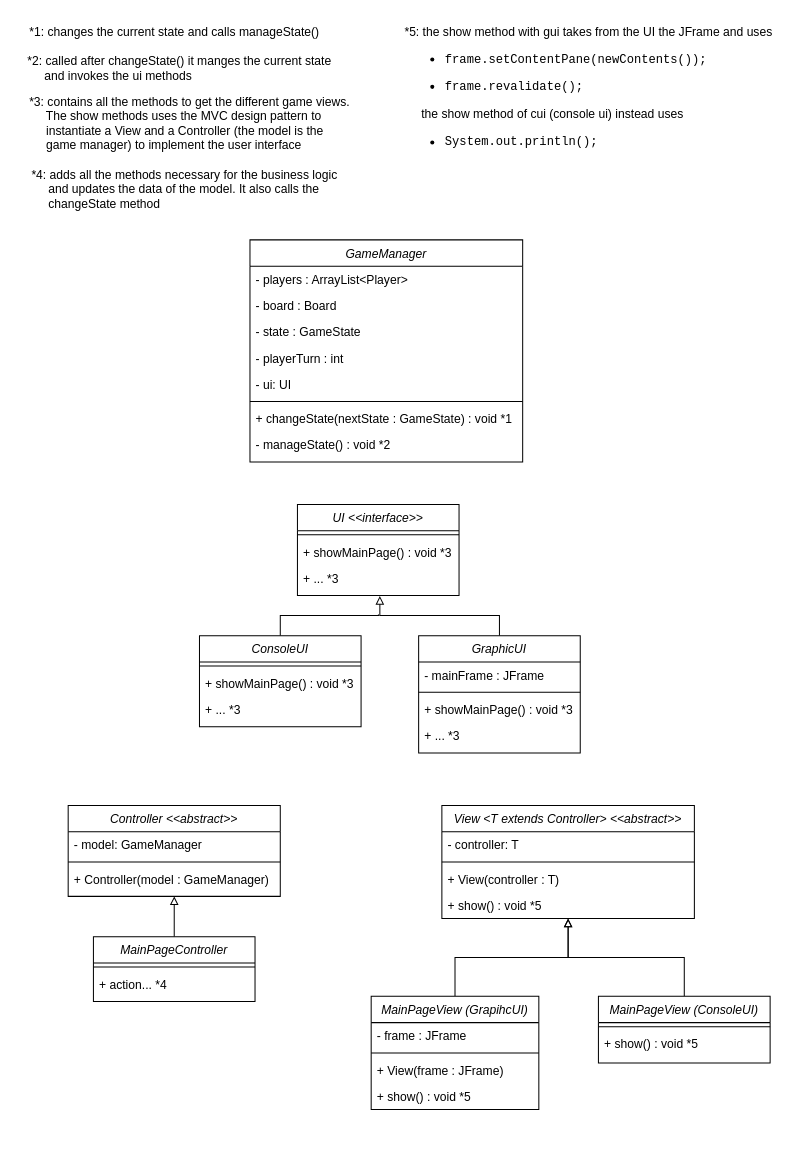
petri2212/Group_28 keeps this draw.io diagram as UML/ui_mvc.drawio. Above is the earlier version. Source tidied: cells renumbered, new cells numbered last; positions are measured from the earlier drawing's top-left corner, leaving out a move shared by most shapes. Both pictures are drawn from the tidied source at 101%, with x=0, y=0 at pixel (17, 17).
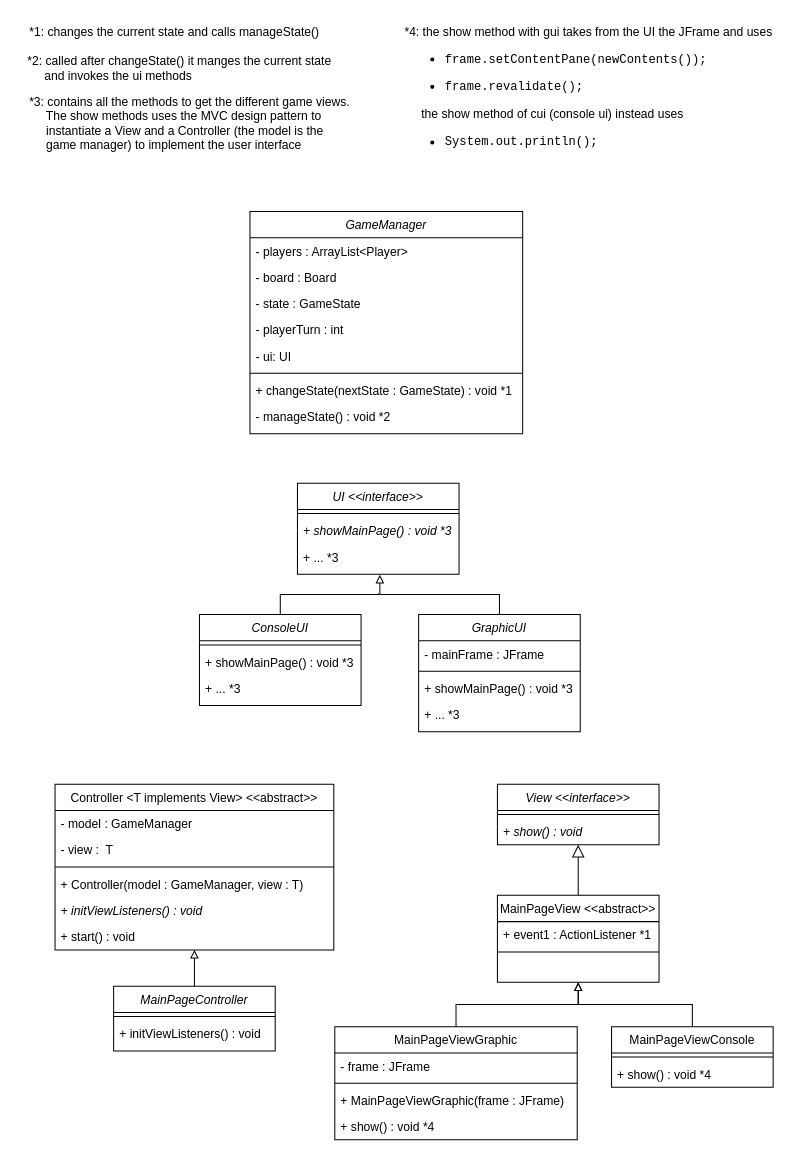
Above is the later version.

Commit message:
Updates uml of the MVC architecture

Diff of the diagram source:
```diff
@@
     <mxCell id="2" value="GameManager" style="swimlane;fontStyle=2;align=center;verticalAlign=top;horizontal=1;startSize=26;rounded=0;shadow=0;strokeWidth=1;" parent="1" vertex="1">
-      <mxGeometry x="230" y="220" width="270" height="220" as="geometry" />
+      <mxGeometry x="230" y="192" width="270" height="220" as="geometry" />
     </mxCell>
@@
     <mxCell id="13" value="UI &lt;&lt;interface&gt;&gt;" style="swimlane;fontStyle=2;align=center;verticalAlign=top;horizontal=1;startSize=26;rounded=0;shadow=0;strokeWidth=1;" parent="1" vertex="1">
-      <mxGeometry x="277" y="482" width="160" height="90" as="geometry" />
+      <mxGeometry x="277" y="461" width="160" height="90" as="geometry" />
     </mxCell>
@@
-    <mxCell id="15" value="+ showMainPage() : void *3" style="text;align=left;verticalAlign=top;spacingLeft=4;spacingRight=4;overflow=hidden;" parent="13" vertex="1">
+    <mxCell id="15" value="+ showMainPage() : void *3" style="text;align=left;verticalAlign=top;spacingLeft=4;spacingRight=4;overflow=hidden;fontStyle=2;" parent="13" vertex="1">
       <mxGeometry y="34" width="160" height="26" as="geometry" />
     </mxCell>
@@
     <mxCell id="18" style="edgeStyle=orthogonalEdgeStyle;rounded=0;jettySize=auto;html=1;exitX=0.5;exitY=0;exitDx=0;exitDy=0;endArrow=none;endFill=0;" parent="1" edge="1" source="19">
       <mxGeometry relative="1" as="geometry">
-        <mxPoint x="357" y="591" as="targetPoint" />
+        <mxPoint x="357" y="570" as="targetPoint" />
       </mxGeometry>
     </mxCell>
     <mxCell id="19" value="ConsoleUI" style="swimlane;fontStyle=2;align=center;verticalAlign=top;horizontal=1;startSize=26;rounded=0;shadow=0;strokeWidth=1;" parent="1" vertex="1">
-      <mxGeometry x="180" y="612" width="160" height="90" as="geometry" />
+      <mxGeometry x="180" y="591" width="160" height="90" as="geometry" />
     </mxCell>
@@
     <mxCell id="24" value="GraphicUI" style="swimlane;fontStyle=2;align=center;verticalAlign=top;horizontal=1;startSize=26;rounded=0;shadow=0;strokeWidth=1;" parent="1" vertex="1">
-      <mxGeometry x="397" y="612" width="160" height="116" as="geometry" />
+      <mxGeometry x="397" y="591" width="160" height="116" as="geometry" />
     </mxCell>
@@
-    <mxCell id="29" style="edgeStyle=orthogonalEdgeStyle;rounded=0;jettySize=auto;html=1;exitX=0.5;exitY=0;exitDx=0;exitDy=0;endArrow=block;endFill=0;" parent="1" edge="1" source="30" target="49">
-      <mxGeometry relative="1" as="geometry" />
-    </mxCell>
-    <mxCell id="30" value="MainPageView (GrapihcUI)" style="swimlane;fontStyle=2;align=center;verticalAlign=top;horizontal=1;startSize=26;rounded=0;shadow=0;strokeWidth=1;" parent="1" vertex="1">
-      <mxGeometry x="350" y="969" width="166" height="112" as="geometry" />
-    </mxCell>
-    <mxCell id="31" value="- frame : JFrame" style="text;align=left;verticalAlign=top;spacingLeft=4;spacingRight=4;overflow=hidden;" parent="30" vertex="1">
-      <mxGeometry y="26" width="166" height="26" as="geometry" />
-    </mxCell>
-    <mxCell id="32" style="line;html=1;strokeWidth=1;align=left;verticalAlign=middle;spacingTop=-1;spacingLeft=3;spacingRight=3;labelPosition=right;" parent="30" vertex="1">
-      <mxGeometry y="52" width="166" height="8" as="geometry" />
-    </mxCell>
-    <mxCell id="33" value="+ View(frame : JFrame)" style="text;align=left;verticalAlign=top;spacingLeft=4;spacingRight=4;overflow=hidden;" parent="30" vertex="1">
-      <mxGeometry y="60" width="166" height="26" as="geometry" />
-    </mxCell>
-    <mxCell id="34" value="+ show() : void *5" style="text;align=left;verticalAlign=top;spacingLeft=4;spacingRight=4;overflow=hidden;" parent="30" vertex="1">
-      <mxGeometry y="86" width="166" height="26" as="geometry" />
-    </mxCell>
-    <mxCell id="35" value="Controller &lt;&lt;abstract&gt;&gt;" style="swimlane;fontStyle=2;align=center;verticalAlign=top;horizontal=1;startSize=26;rounded=0;shadow=0;strokeWidth=1;" parent="1" vertex="1">
-      <mxGeometry x="50" y="780" width="210" height="90" as="geometry" />
-    </mxCell>
-    <mxCell id="36" value="- model: GameManager" style="text;align=left;verticalAlign=top;spacingLeft=4;spacingRight=4;overflow=hidden;rounded=0;shadow=0;html=0;" parent="35" vertex="1">
-      <mxGeometry y="26" width="210" height="26" as="geometry" />
-    </mxCell>
-    <mxCell id="37" style="line;html=1;strokeWidth=1;align=left;verticalAlign=middle;spacingTop=-1;spacingLeft=3;spacingRight=3;labelPosition=right;" parent="35" vertex="1">
-      <mxGeometry y="52" width="210" height="8" as="geometry" />
-    </mxCell>
-    <mxCell id="38" value="+ Controller(model : GameManager)" style="text;align=left;verticalAlign=top;spacingLeft=4;spacingRight=4;overflow=hidden;" parent="35" vertex="1">
-      <mxGeometry y="60" width="210" height="26" as="geometry" />
-    </mxCell>
-    <mxCell id="39" value="&lt;div&gt;*4: adds all the methods necessary for the business logic&lt;/div&gt;&lt;div align=&quot;left&quot;&gt;&amp;nbsp;&amp;nbsp;&amp;nbsp;&amp;nbsp; and updates the data of the model. It also calls the&lt;/div&gt;&lt;div align=&quot;left&quot;&gt;&amp;nbsp;&amp;nbsp;&amp;nbsp;&amp;nbsp; changeState method&lt;br&gt;&lt;/div&gt;" style="text;html=1;align=center;verticalAlign=middle;strokeColor=none;fillColor=none;" parent="1" vertex="1">
-      <mxGeometry y="140" width="330" height="60" as="geometry" />
-    </mxCell>
-    <mxCell id="40" value="&lt;div&gt;*5: the show method with gui takes from the UI the JFrame and uses&lt;br&gt;&lt;/div&gt;&lt;div align=&quot;left&quot;&gt;&lt;ul&gt;&lt;li&gt;&lt;code class=&quot;hljs language-java&quot;&gt;frame.setContentPane(newContents());&lt;/code&gt;&lt;/li&gt;&lt;/ul&gt;&lt;/div&gt;&lt;div align=&quot;left&quot;&gt;&lt;ul&gt;&lt;li&gt;&lt;code class=&quot;hljs language-java&quot;&gt;frame.revalidate();&lt;/code&gt;&lt;/li&gt;&lt;/ul&gt;&lt;/div&gt;&lt;div align=&quot;left&quot;&gt;&lt;code class=&quot;hljs language-java&quot;&gt;&lt;font face=&quot;Helvetica&quot;&gt;&amp;nbsp;&amp;nbsp;&amp;nbsp;&amp;nbsp; the show method of cui (console ui) instead uses&lt;/font&gt;&lt;/code&gt;&lt;/div&gt;&lt;div align=&quot;left&quot;&gt;&lt;ul&gt;&lt;li&gt;&lt;code&gt;System.out.println();&lt;/code&gt;&lt;br&gt;&lt;/li&gt;&lt;/ul&gt;&lt;/div&gt;" style="text;html=1;align=center;verticalAlign=middle;strokeColor=none;fillColor=none;" parent="1" vertex="1">
+    <mxCell id="40" value="&lt;div&gt;*4: the show method with gui takes from the UI the JFrame and uses&lt;br&gt;&lt;/div&gt;&lt;div align=&quot;left&quot;&gt;&lt;ul&gt;&lt;li&gt;&lt;code class=&quot;hljs language-java&quot;&gt;frame.setContentPane(newContents());&lt;/code&gt;&lt;/li&gt;&lt;/ul&gt;&lt;/div&gt;&lt;div align=&quot;left&quot;&gt;&lt;ul&gt;&lt;li&gt;&lt;code class=&quot;hljs language-java&quot;&gt;frame.revalidate();&lt;/code&gt;&lt;/li&gt;&lt;/ul&gt;&lt;/div&gt;&lt;div align=&quot;left&quot;&gt;&lt;code class=&quot;hljs language-java&quot;&gt;&lt;font face=&quot;Helvetica&quot;&gt;&amp;nbsp;&amp;nbsp;&amp;nbsp;&amp;nbsp; the show method of cui (console ui) instead uses&lt;/font&gt;&lt;/code&gt;&lt;/div&gt;&lt;div align=&quot;left&quot;&gt;&lt;ul&gt;&lt;li&gt;&lt;code&gt;System.out.println();&lt;/code&gt;&lt;br&gt;&lt;/li&gt;&lt;/ul&gt;&lt;/div&gt;" style="text;html=1;align=center;verticalAlign=middle;strokeColor=none;fillColor=none;" parent="1" vertex="1">
       <mxGeometry x="370" width="390" height="150" as="geometry" />
     </mxCell>
-    <mxCell id="41" style="edgeStyle=orthogonalEdgeStyle;rounded=0;jettySize=auto;html=1;exitX=0.5;exitY=0;exitDx=0;exitDy=0;entryX=0.5;entryY=1;entryDx=0;entryDy=0;endArrow=block;endFill=0;" parent="1" edge="1" source="42" target="35">
+    <mxCell id="41" style="edgeStyle=orthogonalEdgeStyle;rounded=0;jettySize=auto;html=1;exitX=0.5;exitY=0;exitDx=0;exitDy=0;endArrow=block;endFill=0;" parent="1" edge="1" source="42" target="35">
       <mxGeometry relative="1" as="geometry" />
     </mxCell>
     <mxCell id="42" value="MainPageController" style="swimlane;fontStyle=2;align=center;verticalAlign=top;horizontal=1;startSize=26;rounded=0;shadow=0;strokeWidth=1;" parent="1" vertex="1">
-      <mxGeometry x="75" y="910" width="160" height="64" as="geometry" />
+      <mxGeometry x="95" y="959" width="160" height="64" as="geometry" />
     </mxCell>
@@
-    <mxCell id="44" value="+ action... *4" style="text;align=left;verticalAlign=top;spacingLeft=4;spacingRight=4;overflow=hidden;" parent="42" vertex="1">
-      <mxGeometry y="34" width="160" height="30" as="geometry" />
-    </mxCell>
-    <mxCell id="45" style="edgeStyle=orthogonalEdgeStyle;rounded=0;jettySize=auto;html=1;exitX=0.5;exitY=0;exitDx=0;exitDy=0;endArrow=block;endFill=0;" parent="1" edge="1" source="46" target="49">
-      <mxGeometry relative="1" as="geometry" />
-    </mxCell>
-    <mxCell id="46" value="MainPageView (ConsoleUI)" style="swimlane;fontStyle=2;align=center;verticalAlign=top;horizontal=1;startSize=26;rounded=0;shadow=0;strokeWidth=1;" parent="1" vertex="1">
-      <mxGeometry x="575" y="969" width="170" height="66" as="geometry" />
-    </mxCell>
-    <mxCell id="47" style="line;html=1;strokeWidth=1;align=left;verticalAlign=middle;spacingTop=-1;spacingLeft=3;spacingRight=3;labelPosition=right;" parent="46" vertex="1">
-      <mxGeometry y="26" width="170" height="8" as="geometry" />
-    </mxCell>
-    <mxCell id="48" value="+ show() : void *5" style="text;align=left;verticalAlign=top;spacingLeft=4;spacingRight=4;overflow=hidden;" parent="46" vertex="1">
-      <mxGeometry y="34" width="170" height="26" as="geometry" />
-    </mxCell>
+    <mxCell id="54" value="+ initViewListeners() : void" style="text;align=left;verticalAlign=top;spacingLeft=4;spacingRight=4;overflow=hidden;fontStyle=0;" parent="42" vertex="1">
+      <mxGeometry y="34" width="160" height="26" as="geometry" />
+    </mxCell>
+    <mxCell id="35" value="Controller &lt;T implements View&gt; &lt;&lt;abstract&gt;&gt;" style="swimlane;fontStyle=0;align=center;verticalAlign=top;horizontal=1;startSize=26;rounded=0;shadow=0;strokeWidth=1;" parent="1" vertex="1">
+      <mxGeometry x="37" y="759" width="276" height="164" as="geometry" />
+    </mxCell>
+    <mxCell id="55" value="- model : GameManager" style="text;align=left;verticalAlign=top;spacingLeft=4;spacingRight=4;overflow=hidden;" parent="35" vertex="1">
+      <mxGeometry y="26" width="276" height="26" as="geometry" />
+    </mxCell>
+    <mxCell id="56" value="- view :  T" style="text;align=left;verticalAlign=top;spacingLeft=4;spacingRight=4;overflow=hidden;" parent="35" vertex="1">
+      <mxGeometry y="52" width="276" height="26" as="geometry" />
+    </mxCell>
+    <mxCell id="57" style="line;html=1;strokeWidth=1;align=left;verticalAlign=middle;spacingTop=-1;spacingLeft=3;spacingRight=3;labelPosition=right;" parent="35" vertex="1">
+      <mxGeometry y="78" width="276" height="8" as="geometry" />
+    </mxCell>
+    <mxCell id="58" value="+ Controller(model : GameManager, view : T)" style="text;align=left;verticalAlign=top;spacingLeft=4;spacingRight=4;overflow=hidden;" parent="35" vertex="1">
+      <mxGeometry y="86" width="276" height="26" as="geometry" />
+    </mxCell>
+    <mxCell id="59" value="+ initViewListeners() : void" style="text;align=left;verticalAlign=top;spacingLeft=4;spacingRight=4;overflow=hidden;fontStyle=2;" parent="35" vertex="1">
+      <mxGeometry y="112" width="276" height="26" as="geometry" />
+    </mxCell>
+    <mxCell id="60" value="+ start() : void" style="text;align=left;verticalAlign=top;spacingLeft=4;spacingRight=4;overflow=hidden;" parent="35" vertex="1">
+      <mxGeometry y="138" width="276" height="26" as="geometry" />
+    </mxCell>
-    <mxCell id="49" value="View &lt;T extends Controller&gt; &lt;&lt;abstract&gt;&gt; " style="swimlane;fontStyle=2;align=center;verticalAlign=top;horizontal=1;startSize=26;rounded=0;shadow=0;strokeWidth=1;" parent="1" vertex="1">
-      <mxGeometry x="420" y="780" width="250" height="112" as="geometry" />
+    <mxCell id="49" value="View &lt;&lt;interface&gt;&gt;" style="swimlane;fontStyle=2;align=center;verticalAlign=top;horizontal=1;startSize=26;rounded=0;shadow=0;strokeWidth=1;" parent="1" vertex="1">
+      <mxGeometry x="475" y="759" width="160" height="60" as="geometry" />
     </mxCell>
-    <mxCell id="50" value="- controller: T" style="text;align=left;verticalAlign=top;spacingLeft=4;spacingRight=4;overflow=hidden;rounded=0;shadow=0;html=0;" parent="49" vertex="1">
-      <mxGeometry y="26" width="250" height="26" as="geometry" />
-    </mxCell>
-    <mxCell id="51" style="line;html=1;strokeWidth=1;align=left;verticalAlign=middle;spacingTop=-1;spacingLeft=3;spacingRight=3;labelPosition=right;" parent="49" vertex="1">
-      <mxGeometry y="52" width="250" height="8" as="geometry" />
-    </mxCell>
-    <mxCell id="52" value="+ View(controller : T)" style="text;align=left;verticalAlign=top;spacingLeft=4;spacingRight=4;overflow=hidden;" parent="49" vertex="1">
-      <mxGeometry y="60" width="250" height="26" as="geometry" />
-    </mxCell>
-    <mxCell id="53" value="+ show() : void *5" style="text;align=left;verticalAlign=top;spacingLeft=4;spacingRight=4;overflow=hidden;" parent="49" vertex="1">
-      <mxGeometry y="86" width="250" height="26" as="geometry" />
-    </mxCell>
+    <mxCell id="61" style="line;html=1;strokeWidth=1;align=left;verticalAlign=middle;spacingTop=-1;spacingLeft=3;spacingRight=3;labelPosition=right;" parent="49" vertex="1">
+      <mxGeometry y="26" width="160" height="8" as="geometry" />
+    </mxCell>
+    <mxCell id="62" value="+ show() : void" style="text;align=left;verticalAlign=top;spacingLeft=4;spacingRight=4;overflow=hidden;fontStyle=2;" parent="49" vertex="1">
+      <mxGeometry y="34" width="160" height="26" as="geometry" />
+    </mxCell>
+    <mxCell id="63" value="MainPageView &lt;&lt;abstract&gt;&gt;" style="swimlane;fontStyle=0;align=center;verticalAlign=top;horizontal=1;startSize=26;rounded=0;shadow=0;strokeWidth=1;" parent="1" vertex="1">
+      <mxGeometry x="475" y="869" width="160" height="86" as="geometry" />
+    </mxCell>
+    <mxCell id="64" value="+ event1 : ActionListener *1" style="text;align=left;verticalAlign=top;spacingLeft=4;spacingRight=4;overflow=hidden;" parent="63" vertex="1">
+      <mxGeometry y="26" width="160" height="26" as="geometry" />
+    </mxCell>
+    <mxCell id="65" style="line;html=1;strokeWidth=1;align=left;verticalAlign=middle;spacingTop=-1;spacingLeft=3;spacingRight=3;labelPosition=right;" parent="63" vertex="1">
+      <mxGeometry y="52" width="160" height="8" as="geometry" />
+    </mxCell>
+    <mxCell id="66" style="endArrow=block;endSize=10;endFill=0;shadow=0;strokeWidth=1;rounded=0;edgeStyle=elbowEdgeStyle;elbow=vertical;" parent="1" edge="1" source="63" target="49">
+      <mxGeometry relative="1" as="geometry" />
+    </mxCell>
+    <mxCell id="67" style="edgeStyle=orthogonalEdgeStyle;rounded=0;jettySize=auto;html=1;exitX=0.5;exitY=0;exitDx=0;exitDy=0;endArrow=block;endFill=0;" parent="1" edge="1" source="68" target="63">
+      <mxGeometry relative="1" as="geometry" />
+    </mxCell>
+    <mxCell id="68" value="MainPageViewGraphic" style="swimlane;fontStyle=0;align=center;verticalAlign=top;horizontal=1;startSize=26;rounded=0;shadow=0;strokeWidth=1;" parent="1" vertex="1">
+      <mxGeometry x="314" y="999" width="240" height="112" as="geometry" />
+    </mxCell>
+    <mxCell id="31" value="- frame : JFrame" style="text;align=left;verticalAlign=top;spacingLeft=4;spacingRight=4;overflow=hidden;" parent="68" vertex="1">
+      <mxGeometry y="26" width="240" height="26" as="geometry" />
+    </mxCell>
+    <mxCell id="69" style="line;html=1;strokeWidth=1;align=left;verticalAlign=middle;spacingTop=-1;spacingLeft=3;spacingRight=3;labelPosition=right;" parent="68" vertex="1">
+      <mxGeometry y="52" width="240" height="8" as="geometry" />
+    </mxCell>
+    <mxCell id="70" value="+ MainPageViewGraphic(frame : JFrame)" style="text;align=left;verticalAlign=top;spacingLeft=4;spacingRight=4;overflow=hidden;fontStyle=0;" parent="68" vertex="1">
+      <mxGeometry y="60" width="240" height="26" as="geometry" />
+    </mxCell>
+    <mxCell id="71" value="+ show() : void *4" style="text;align=left;verticalAlign=top;spacingLeft=4;spacingRight=4;overflow=hidden;fontStyle=0;" parent="68" vertex="1">
+      <mxGeometry y="86" width="240" height="26" as="geometry" />
+    </mxCell>
+    <mxCell id="72" style="edgeStyle=orthogonalEdgeStyle;rounded=0;jettySize=auto;html=1;exitX=0.5;exitY=0;exitDx=0;exitDy=0;endArrow=block;endFill=0;" parent="1" edge="1" source="73" target="63">
+      <mxGeometry relative="1" as="geometry" />
+    </mxCell>
+    <mxCell id="73" value="MainPageViewConsole" style="swimlane;fontStyle=0;align=center;verticalAlign=top;horizontal=1;startSize=26;rounded=0;shadow=0;strokeWidth=1;" parent="1" vertex="1">
+      <mxGeometry x="588" y="999" width="160" height="60" as="geometry" />
+    </mxCell>
+    <mxCell id="74" style="line;html=1;strokeWidth=1;align=left;verticalAlign=middle;spacingTop=-1;spacingLeft=3;spacingRight=3;labelPosition=right;" parent="73" vertex="1">
+      <mxGeometry y="26" width="160" height="8" as="geometry" />
+    </mxCell>
+    <mxCell id="75" value="+ show() : void *4" style="text;align=left;verticalAlign=top;spacingLeft=4;spacingRight=4;overflow=hidden;fontStyle=0;" parent="73" vertex="1">
+      <mxGeometry y="34" width="160" height="26" as="geometry" />
+    </mxCell>
```
